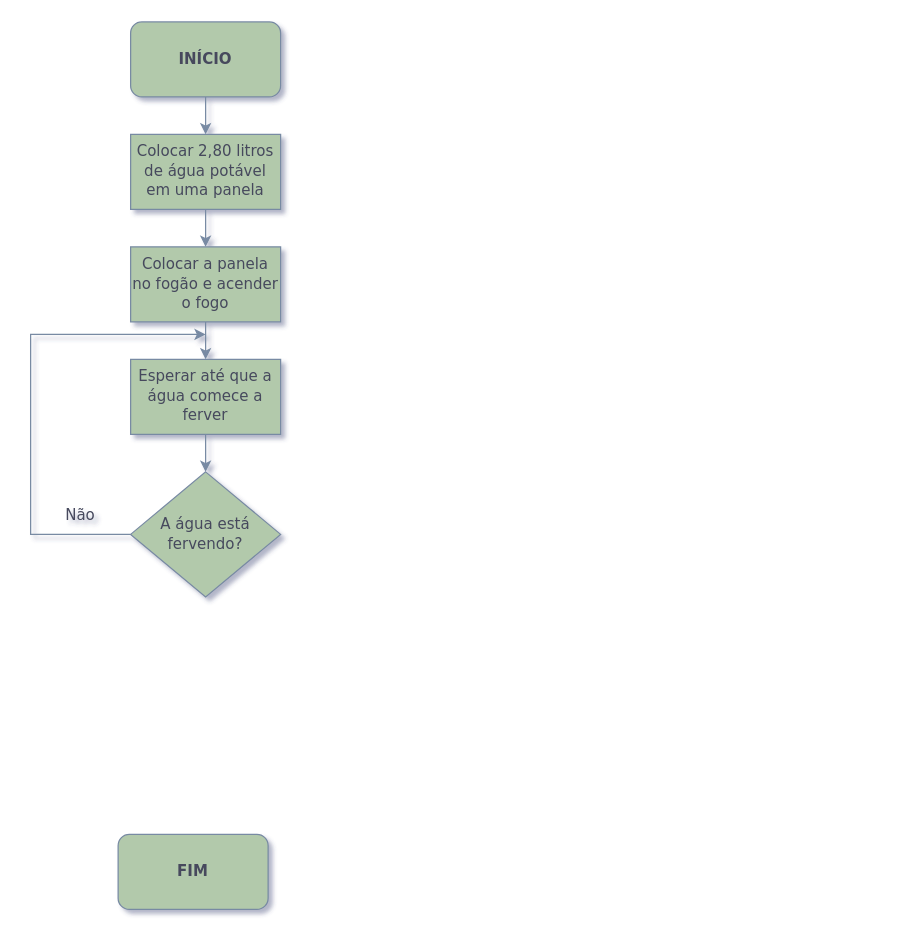
Before: instantNoodles.drawio in helton-barbosa/instant-noodles, a draw.io diagram. Source tidied: cells renumbered, new cells numbered last; positions are measured from the earlier drawing's top-left corner, leaving out a move shared by most shapes. Both pictures are drawn from the tidied source at 125%, with x=0, y=0 at pixel (30, 21).
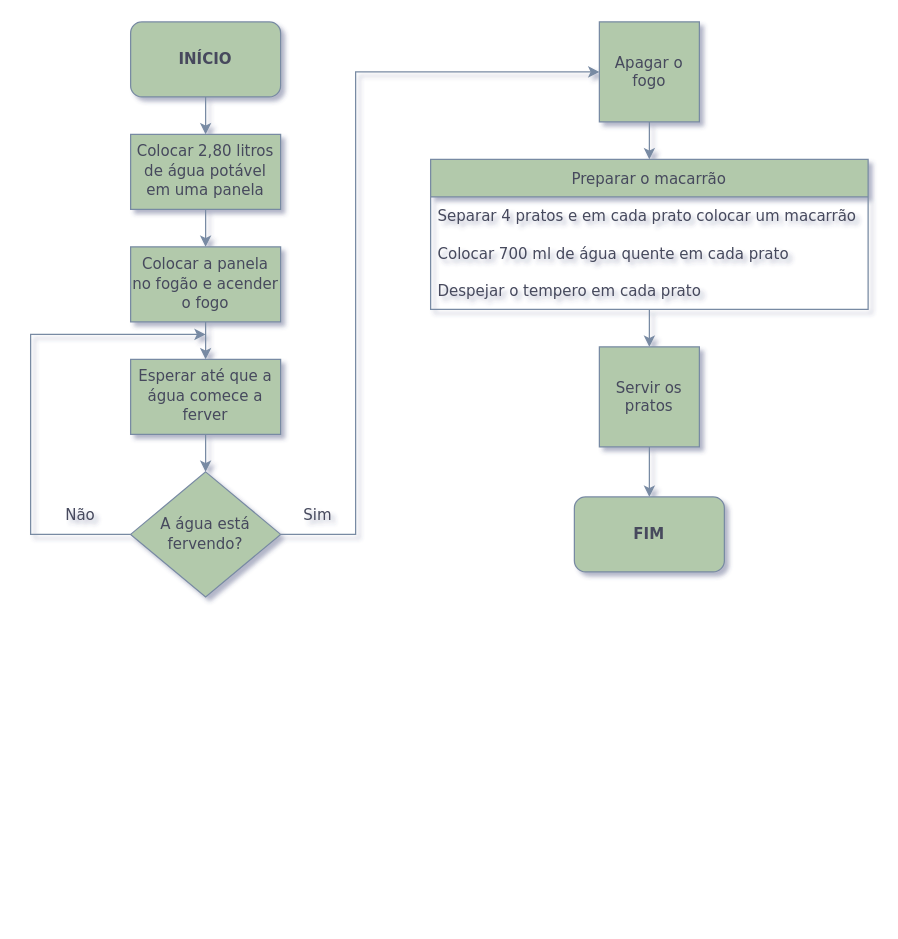
The same diagram, later.

The change refers to these unchanged cells:
```xml
<mxCell id="9" value="&lt;font face=&quot;Verdana&quot;&gt;A água está fervendo?&lt;/font&gt;" style="rhombus;whiteSpace=wrap;html=1;strokeColor=#788AA3;fontFamily=Courier New;fontColor=#46495D;fillColor=#B2C9AB;" parent="1" vertex="1">
  <mxGeometry x="80" y="360" width="120" height="100" as="geometry" />
</mxCell>
```

What changed in the source:
```diff
@@
     <mxCell id="4" value="&lt;b&gt;&lt;font face=&quot;Verdana&quot;&gt;FIM&lt;/font&gt;&lt;/b&gt;" style="rounded=1;whiteSpace=wrap;html=1;strokeColor=#788AA3;fontFamily=Courier New;fontColor=#46495D;fillColor=#B2C9AB;" parent="1" vertex="1">
-      <mxGeometry x="70" y="650" width="120" height="60" as="geometry" />
+      <mxGeometry x="435" y="380" width="120" height="60" as="geometry" />
     </mxCell>
@@
+    <mxCell id="14" style="edgeStyle=orthogonalEdgeStyle;rounded=0;jettySize=auto;html=1;entryX=0.5;entryY=0;entryDx=0;entryDy=0;strokeColor=#788AA3;fontFamily=Verdana;fontColor=#46495D;fillColor=#B2C9AB;" parent="1" edge="1" source="15" target="17">
+      <mxGeometry relative="1" as="geometry" />
+    </mxCell>
+    <mxCell id="15" value="Apagar o fogo" style="whiteSpace=wrap;html=1;strokeColor=#788AA3;fontFamily=Verdana;fontColor=#46495D;fillColor=#B2C9AB;" parent="1" vertex="1">
+      <mxGeometry x="455" width="80" height="80" as="geometry" />
+    </mxCell>
+    <mxCell id="16" style="edgeStyle=orthogonalEdgeStyle;rounded=0;jettySize=auto;html=1;strokeColor=#788AA3;fontFamily=Verdana;fontColor=#46495D;fillColor=#B2C9AB;" parent="1" edge="1" source="17" target="22">
+      <mxGeometry relative="1" as="geometry" />
+    </mxCell>
+    <mxCell id="17" value="Preparar o macarrão" style="swimlane;fontStyle=0;horizontal=1;startSize=30;strokeColor=#788AA3;fontFamily=Verdana;fontColor=#46495D;fillColor=#B2C9AB;" parent="1" vertex="1">
+      <mxGeometry x="320" y="110" width="350" height="120" as="geometry" />
+    </mxCell>
+    <mxCell id="18" value="Separar 4 pratos e em cada prato colocar um macarrão" style="text;strokeColor=none;fillColor=none;align=left;verticalAlign=middle;spacingLeft=4;spacingRight=4;overflow=hidden;fontFamily=Verdana;fontColor=#46495D;" parent="17" vertex="1">
+      <mxGeometry y="30" width="350" height="30" as="geometry" />
+    </mxCell>
+    <mxCell id="19" value="Colocar 700 ml de água quente em cada prato" style="text;strokeColor=none;fillColor=none;align=left;verticalAlign=middle;spacingLeft=4;spacingRight=4;overflow=hidden;fontFamily=Verdana;fontColor=#46495D;" parent="17" vertex="1">
+      <mxGeometry y="60" width="350" height="30" as="geometry" />
+    </mxCell>
+    <mxCell id="20" value="Despejar o tempero em cada prato" style="text;strokeColor=none;fillColor=none;align=left;verticalAlign=middle;spacingLeft=4;spacingRight=4;overflow=hidden;fontFamily=Verdana;fontColor=#46495D;" parent="17" vertex="1">
+      <mxGeometry y="90" width="350" height="30" as="geometry" />
+    </mxCell>
+    <mxCell id="21" style="edgeStyle=orthogonalEdgeStyle;rounded=0;jettySize=auto;html=1;strokeColor=#788AA3;fontFamily=Verdana;fontColor=#46495D;fillColor=#B2C9AB;" parent="1" edge="1" source="22" target="4">
+      <mxGeometry relative="1" as="geometry" />
+    </mxCell>
+    <mxCell id="22" value="Servir os pratos" style="whiteSpace=wrap;html=1;strokeColor=#788AA3;fontFamily=Verdana;fontColor=#46495D;fillColor=#B2C9AB;" parent="1" vertex="1">
+      <mxGeometry x="455" y="260" width="80" height="80" as="geometry" />
+    </mxCell>
+    <mxCell id="23" style="endArrow=classic;html=1;rounded=0;strokeColor=#788AA3;fontFamily=Verdana;fontColor=#46495D;fillColor=#B2C9AB;exitX=1;exitY=0.5;exitDx=0;exitDy=0;entryX=0;entryY=0.5;entryDx=0;entryDy=0;" parent="1" edge="1" source="9" target="15">
+      <mxGeometry relative="1" as="geometry">
+        <Array as="points">
+          <mxPoint x="260" y="410" />
+          <mxPoint x="260" y="40" />
+        </Array>
+      </mxGeometry>
+    </mxCell>
+    <mxCell id="24" value="Sim" style="text;html=1;strokeColor=none;fillColor=none;align=center;verticalAlign=middle;whiteSpace=wrap;rounded=0;fontFamily=Verdana;fontColor=#46495D;" parent="1" vertex="1">
+      <mxGeometry x="200" y="380" width="60" height="30" as="geometry" />
+    </mxCell>
```
